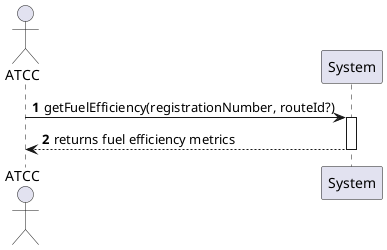
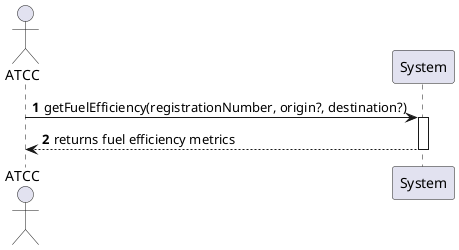
@startuml
autonumber
actor "ATCC" as Actor
participant "System" as Sys
- Actor -> Sys : getFuelEfficiency(registrationNumber, routeId?)
+ Actor -> Sys : getFuelEfficiency(registrationNumber, origin?, destination?)
activate Sys
Sys --> Actor : returns fuel efficiency metrics
deactivate Sys
@enduml
